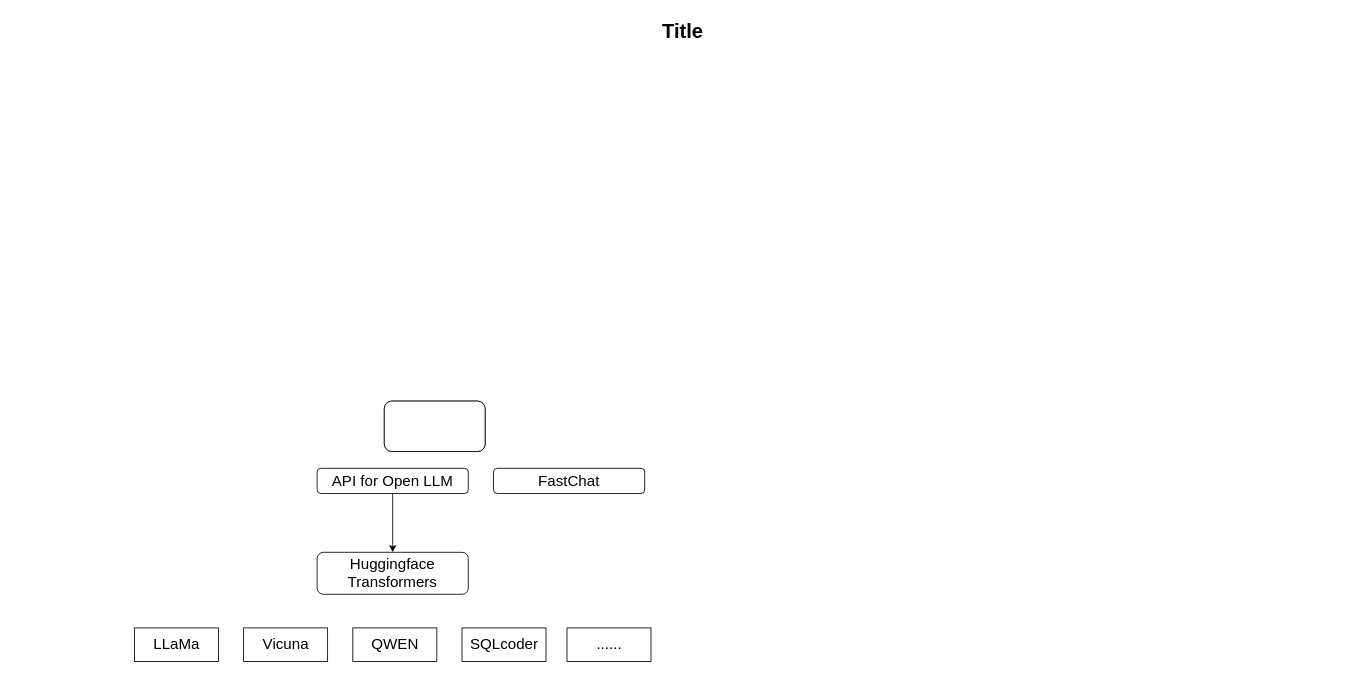
Earlier version of the draw.io diagram Untitled Diagram.drawio (RalphKang/RalphKang.github.io). Source tidied: cells renumbered, new cells numbered last; positions are measured from the earlier drawing's top-left corner, leaving out a move shared by most shapes. Both pictures are drawn from the tidied source at 84%, with x=0, y=0 at pixel (14, 14).
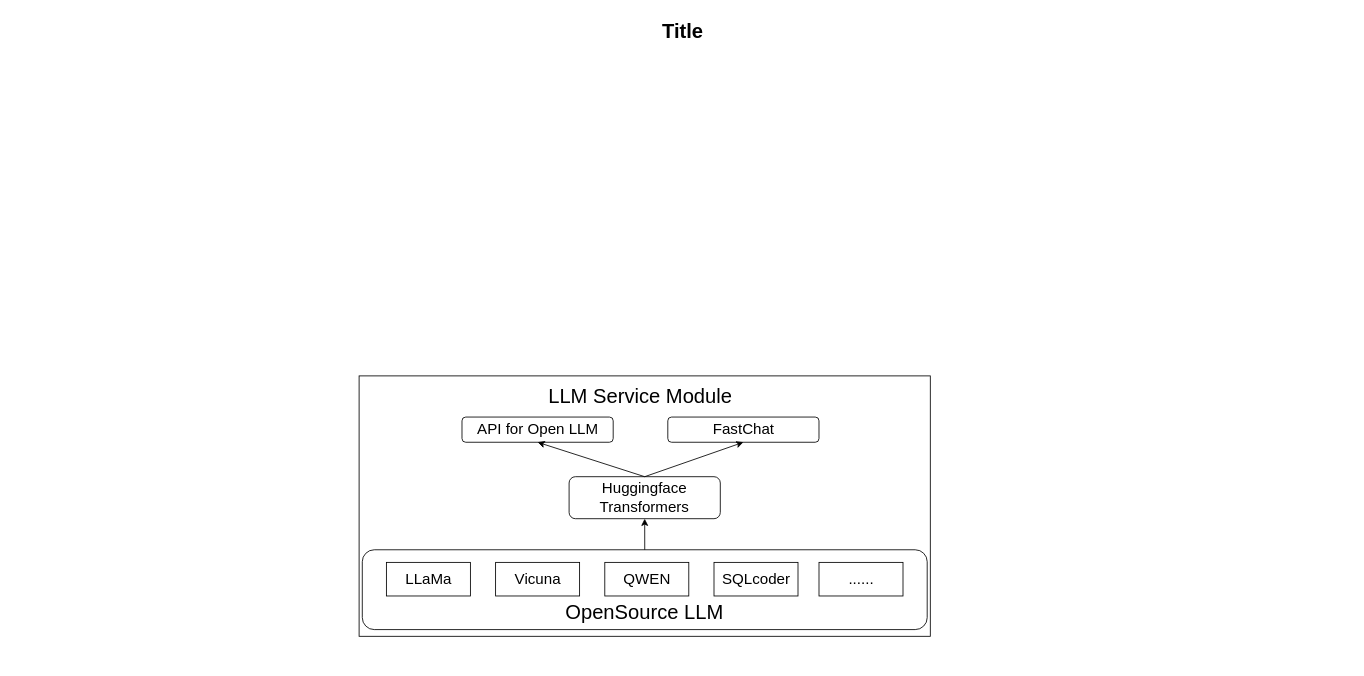
After the change.

The edit, as a diff of the source:
```diff
@@
 <mxGraphModel>
   <root>
     <mxCell id="0" />
     <mxCell id="1" parent="0" />
+    <mxCell id="14" style="rounded=0;whiteSpace=wrap;html=1;" parent="1" vertex="1">
+      <mxGeometry x="410" y="430" width="680" height="310" as="geometry" />
+    </mxCell>
+    <mxCell id="13" style="rounded=1;whiteSpace=wrap;html=1;" parent="1" vertex="1">
+      <mxGeometry x="413.8" y="637" width="672.5" height="95" as="geometry" />
+    </mxCell>
     <mxCell id="2" value="Title" style="text;strokeColor=none;fillColor=none;html=1;fontSize=24;fontStyle=1;verticalAlign=middle;align=center;" parent="1" vertex="1">
       <mxGeometry width="1590" height="40" as="geometry" />
     </mxCell>
     <mxCell id="3" value="&lt;font style=&quot;font-size: 18px;&quot;&gt;API for Open LLM&lt;/font&gt;" style="rounded=1;whiteSpace=wrap;html=1;" parent="1" vertex="1">
-      <mxGeometry x="360" y="540" width="180" height="30" as="geometry" />
+      <mxGeometry x="532.5" y="479" width="180" height="30" as="geometry" />
     </mxCell>
     <mxCell id="4" value="&lt;font style=&quot;font-size: 18px;&quot;&gt;FastChat&lt;/font&gt;" style="rounded=1;whiteSpace=wrap;html=1;" parent="1" vertex="1">
-      <mxGeometry x="570" y="540" width="180" height="30" as="geometry" />
+      <mxGeometry x="777.5" y="479" width="180" height="30" as="geometry" />
     </mxCell>
     <mxCell id="5" value="&lt;span style=&quot;font-size: 18px;&quot;&gt;Huggingface&lt;br&gt;Transformers&lt;br&gt;&lt;/span&gt;" style="rounded=1;whiteSpace=wrap;html=1;" parent="1" vertex="1">
-      <mxGeometry x="360" y="640" width="180" height="50" as="geometry" />
+      <mxGeometry x="660" y="550" width="180" height="50" as="geometry" />
     </mxCell>
     <mxCell id="6" value="&lt;font style=&quot;font-size: 18px;&quot;&gt;LLaMa&lt;/font&gt;" style="rounded=0;whiteSpace=wrap;html=1;" parent="1" vertex="1">
-      <mxGeometry x="142.5" y="730" width="100" height="40" as="geometry" />
+      <mxGeometry x="442.5" y="652" width="100" height="40" as="geometry" />
     </mxCell>
     <mxCell id="7" value="&lt;font style=&quot;font-size: 18px;&quot;&gt;Vicuna&lt;/font&gt;" style="rounded=0;whiteSpace=wrap;html=1;" parent="1" vertex="1">
-      <mxGeometry x="272.5" y="730" width="100" height="40" as="geometry" />
+      <mxGeometry x="572.5" y="652" width="100" height="40" as="geometry" />
     </mxCell>
     <mxCell id="8" value="&lt;font style=&quot;font-size: 18px;&quot;&gt;QWEN&lt;/font&gt;" style="rounded=0;whiteSpace=wrap;html=1;" parent="1" vertex="1">
-      <mxGeometry x="402.5" y="730" width="100" height="40" as="geometry" />
+      <mxGeometry x="702.5" y="652" width="100" height="40" as="geometry" />
     </mxCell>
     <mxCell id="9" value="&lt;span style=&quot;font-size: 18px;&quot;&gt;SQLcoder&lt;/span&gt;" style="rounded=0;whiteSpace=wrap;html=1;" parent="1" vertex="1">
-      <mxGeometry x="532.5" y="730" width="100" height="40" as="geometry" />
+      <mxGeometry x="832.5" y="652" width="100" height="40" as="geometry" />
     </mxCell>
     <mxCell id="10" value="&lt;span style=&quot;font-size: 18px;&quot;&gt;......&lt;/span&gt;" style="rounded=0;whiteSpace=wrap;html=1;" parent="1" vertex="1">
-      <mxGeometry x="657.5" y="730" width="100" height="40" as="geometry" />
+      <mxGeometry x="957.5" y="652" width="100" height="40" as="geometry" />
     </mxCell>
-    <mxCell id="11" style="endArrow=classic;html=1;rounded=0;exitX=0.5;exitY=1;exitDx=0;exitDy=0;" parent="1" edge="1" source="3" target="5">
-      <mxGeometry relative="1" as="geometry" />
-    </mxCell>
-    <mxCell id="12" style="rounded=1;whiteSpace=wrap;html=1;" parent="1" vertex="1">
-      <mxGeometry x="440" y="460" width="120" height="60" as="geometry" />
-    </mxCell>
-    <mxCell id="13" style="rounded=1;whiteSpace=wrap;html=1;" parent="1" vertex="1">
-      <mxGeometry x="440" y="460" width="120" height="60" as="geometry" />
-    </mxCell>
+    <mxCell id="15" value="&lt;font style=&quot;font-size: 24px;&quot;&gt;OpenSource LLM&lt;/font&gt;" style="text;html=1;strokeColor=none;fillColor=none;align=center;verticalAlign=middle;whiteSpace=wrap;rounded=0;" parent="1" vertex="1">
+      <mxGeometry x="630" y="702" width="240" height="20" as="geometry" />
+    </mxCell>
+    <mxCell id="16" style="endArrow=classic;html=1;rounded=0;entryX=0.5;entryY=1;entryDx=0;entryDy=0;exitX=0.5;exitY=0;exitDx=0;exitDy=0;" parent="1" edge="1" source="13" target="5">
+      <mxGeometry relative="1" as="geometry" />
+    </mxCell>
+    <mxCell id="17" style="endArrow=classic;html=1;rounded=0;exitX=0.5;exitY=0;exitDx=0;exitDy=0;entryX=0.5;entryY=1;entryDx=0;entryDy=0;" parent="1" edge="1" source="5" target="3">
+      <mxGeometry relative="1" as="geometry" />
+    </mxCell>
+    <mxCell id="18" style="endArrow=classic;html=1;rounded=0;exitX=0.5;exitY=0;exitDx=0;exitDy=0;entryX=0.5;entryY=1;entryDx=0;entryDy=0;" parent="1" edge="1" source="5" target="4">
+      <mxGeometry relative="1" as="geometry" />
+    </mxCell>
+    <mxCell id="19" value="&lt;font style=&quot;font-size: 24px;&quot;&gt;LLM Service Module&lt;/font&gt;" style="text;html=1;strokeColor=none;fillColor=none;align=center;verticalAlign=middle;whiteSpace=wrap;rounded=0;" parent="1" vertex="1">
+      <mxGeometry x="610" y="440" width="270" height="30" as="geometry" />
+    </mxCell>
   </root>
 </mxGraphModel>
```
